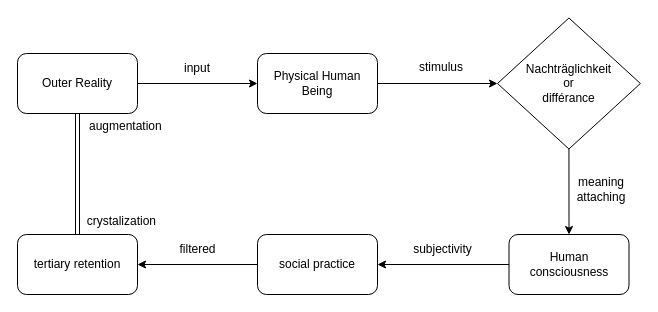
Earlier version of the draw.io diagram languageAcqusistion.drawio (MonyeHi/lenguasa). Source tidied: cells renumbered, new cells numbered last; positions are measured from the earlier drawing's top-left corner, leaving out a move shared by most shapes. Both pictures are drawn from the tidied source at 100%, with x=0, y=0 at pixel (17, 18).
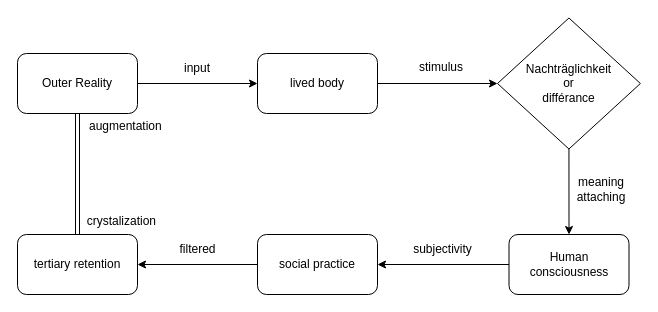
After the change.

Change to the diagram source:
```diff
@@
-    <mxCell id="4" value="Physical Human Being" style="rounded=1;whiteSpace=wrap;html=1;" parent="1" vertex="1">
+    <mxCell id="4" value="lived body" style="rounded=1;whiteSpace=wrap;html=1;" parent="1" vertex="1">
       <mxGeometry x="240" y="35" width="120" height="60" as="geometry" />
     </mxCell>
```
